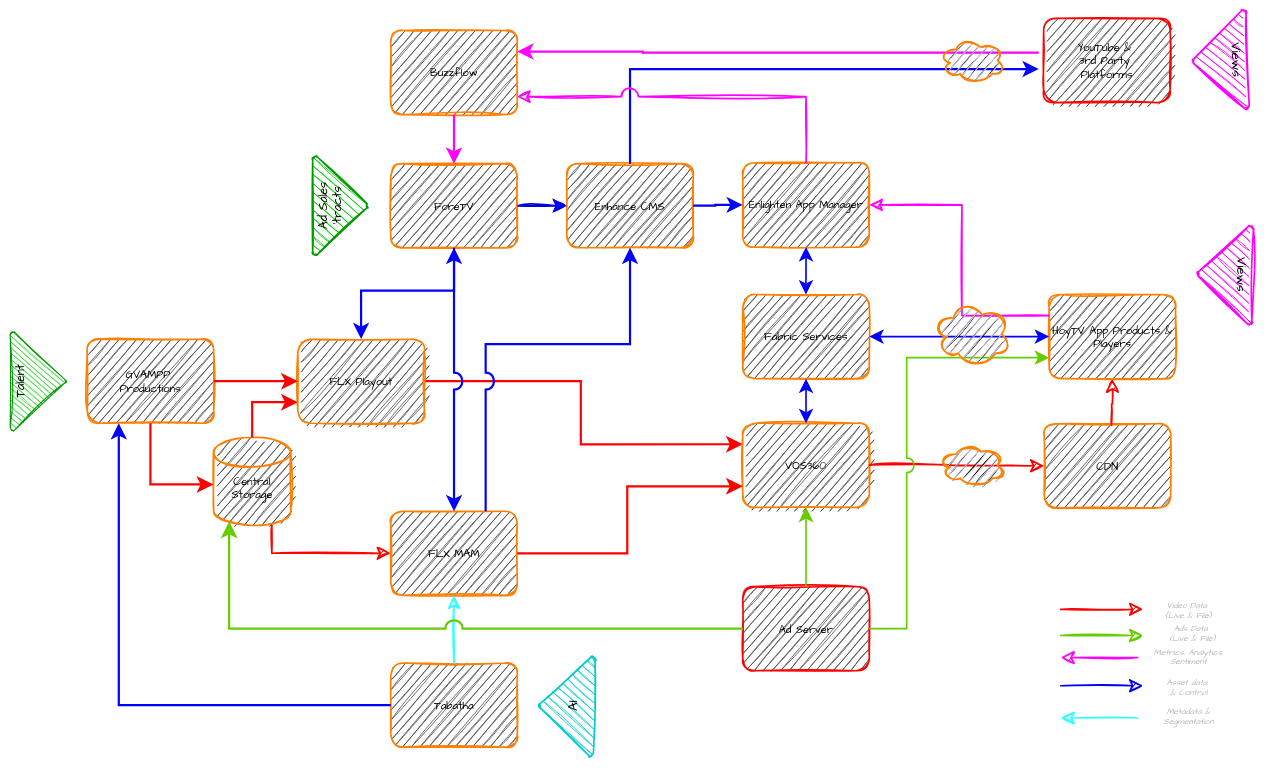
Above: imw135 - HoyTV Data Flow.drawio in zarniewoop/drawings (draw.io), before the change. Source tidied: cells renumbered, new cells numbered last; positions are measured from the earlier drawing's top-left corner, leaving out a move shared by most shapes. Both pictures are drawn from the tidied source at 55%, with x=0, y=0 at pixel (-12, 18).
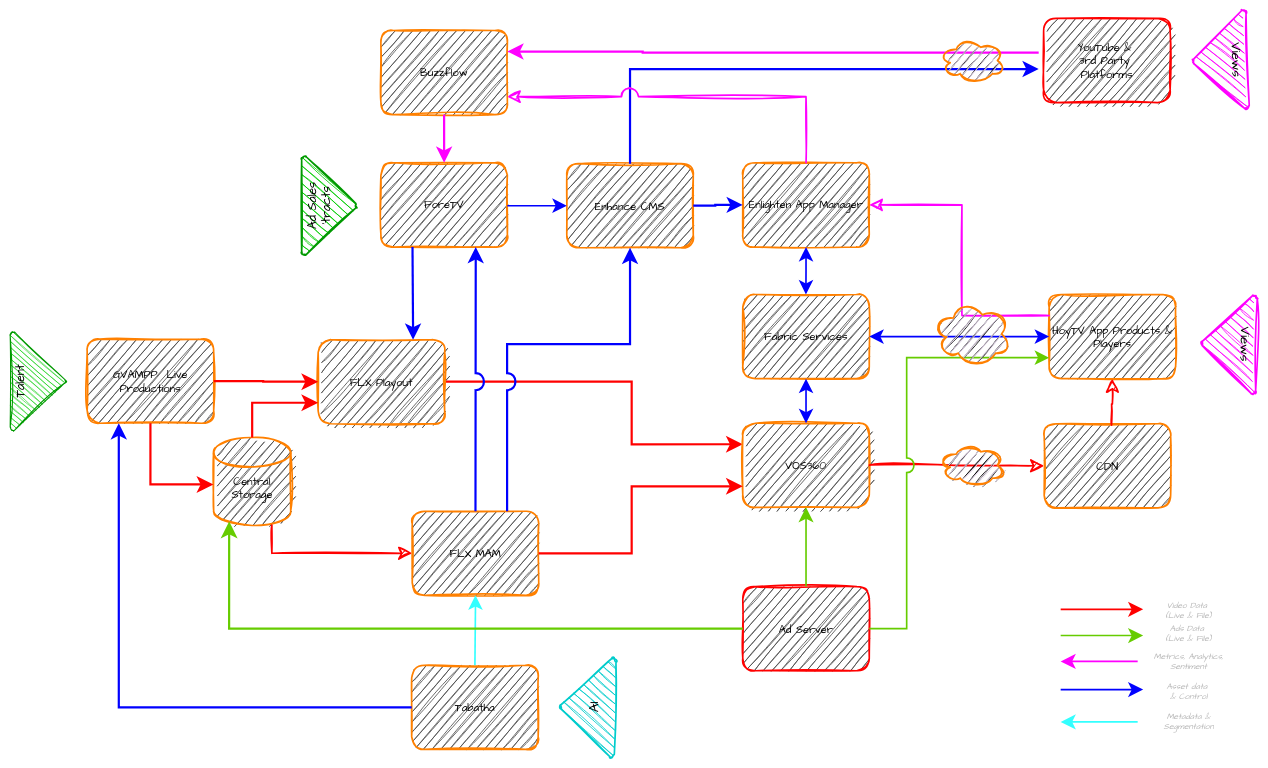
The same diagram, later.

Unchanged cells that the change refers to:
```xml
<mxCell id="4" value="Enhance CMS" style="rounded=1;whiteSpace=wrap;html=1;fontSize=20;fillColor=light-dark(#4D4D4D,#4D4D4D);strokeColor=light-dark(#FF8000,#FF8000);strokeWidth=3;sketch=1;curveFitting=1;jiggle=2;fontFamily=Comic Sans MS;" parent="1" vertex="1">
  <mxGeometry x="1052" y="264" width="230" height="153" as="geometry" />
</mxCell>
<mxCell id="13" value="VOS360" style="rounded=1;whiteSpace=wrap;html=1;fontSize=20;fillColor=light-dark(#4D4D4D,#4D4D4D);strokeColor=light-dark(#FF8000,#FF8000);strokeWidth=3;sketch=1;curveFitting=1;jiggle=2;fontFamily=Comic Sans MS;" parent="1" vertex="1">
  <mxGeometry x="1372" y="736" width="230" height="153" as="geometry" />
</mxCell>
<mxCell id="15" value="Ad Server" style="rounded=1;whiteSpace=wrap;html=1;fontSize=20;fillColor=light-dark(#4D4D4D,#4D4D4D);strokeColor=light-dark(#FF0000,#FF0000);strokeWidth=3;sketch=1;curveFitting=1;jiggle=2;fontFamily=Comic Sans MS;" parent="1" vertex="1">
  <mxGeometry x="1372" y="1033" width="230" height="153" as="geometry" />
</mxCell>
<mxCell id="22" value="&lt;div&gt;&lt;br&gt;&lt;/div&gt;Central Storage" style="strokeWidth=3;html=1;shape=mxgraph.flowchart.database;whiteSpace=wrap;sketch=1;curveFitting=1;jiggle=2;strokeColor=light-dark(#FF8000,#FF8000);fillColor=light-dark(#4D4D4D,#4D4D4D);fontSize=20;fontFamily=Comic Sans MS;" parent="1" vertex="1">
  <mxGeometry x="410" y="762" width="140" height="160" as="geometry" />
</mxCell>
```

Diff of the diagram source:
```diff
@@
-    <mxCell id="2" style="edgeStyle=orthogonalEdgeStyle;rounded=0;jettySize=auto;html=1;sketch=1;curveFitting=1;jiggle=2;fontFamily=Comic Sans MS;fillColor=light-dark(#0000CC,#0000CC);strokeColor=light-dark(#0000CC,#0000CC);endSize=17;fontSize=20;flowAnimation=1;strokeWidth=3;" parent="1" edge="1" source="3" target="4">
-      <mxGeometry relative="1" as="geometry" />
-    </mxCell>
     <mxCell id="3" value="ForeTV" style="rounded=1;whiteSpace=wrap;html=1;fontSize=20;fillColor=light-dark(#4D4D4D,#4D4D4D);strokeColor=light-dark(#FF8000,#FF8000);strokeWidth=3;sketch=1;curveFitting=1;jiggle=2;fontFamily=Comic Sans MS;" parent="1" vertex="1">
-      <mxGeometry x="732" y="264" width="230" height="153" as="geometry" />
+      <mxGeometry x="714" y="262.5" width="230" height="153" as="geometry" />
     </mxCell>
@@
     <mxCell id="10" value="FLX MAM" style="rounded=1;whiteSpace=wrap;html=1;fontSize=20;fillColor=light-dark(#4D4D4D,#4D4D4D);strokeColor=light-dark(#FF8000,#FF8000);strokeWidth=3;sketch=1;curveFitting=1;jiggle=2;fontFamily=Comic Sans MS;" parent="1" vertex="1">
-      <mxGeometry x="732" y="896" width="230" height="153" as="geometry" />
+      <mxGeometry x="771" y="896" width="230" height="153" as="geometry" />
     </mxCell>
     <mxCell id="11" style="edgeStyle=orthogonalEdgeStyle;rounded=0;jettySize=auto;html=1;startArrow=none;startFill=0;startSize=18;endSize=18;strokeColor=light-dark(#FF0000,#FF0000);entryX=0;entryY=0.25;entryDx=0;entryDy=0;exitX=1;exitY=0.5;exitDx=0;exitDy=0;fontSize=20;jumpStyle=sharp;jumpSize=9;flowAnimation=1;strokeWidth=4;" parent="1" edge="1" source="12" target="13">
-      <mxGeometry relative="1" as="geometry" />
+      <mxGeometry relative="1" as="geometry">
+        <Array as="points">
+          <mxPoint x="1170" y="660.5" />
+          <mxPoint x="1170" y="774.3" />
+        </Array>
+      </mxGeometry>
     </mxCell>
     <mxCell id="12" value="FLX Playout" style="rounded=1;whiteSpace=wrap;html=1;fontSize=20;fillColor=light-dark(#4D4D4D,#4D4D4D);strokeColor=light-dark(#FF8000,#FF8000);strokeWidth=3;sketch=1;curveFitting=1;jiggle=2;fontFamily=Comic Sans MS;" parent="1" vertex="1">
-      <mxGeometry x="563" y="583" width="230" height="153" as="geometry" />
+      <mxGeometry x="600" y="584" width="230" height="153" as="geometry" />
     </mxCell>
@@
     <mxCell id="20" style="edgeStyle=orthogonalEdgeStyle;rounded=0;jettySize=auto;html=1;startArrow=none;startFill=0;startSize=18;endSize=18;strokeColor=light-dark(#FF0000,#FF0000);exitX=1;exitY=0.5;exitDx=0;exitDy=0;entryX=0;entryY=0.75;entryDx=0;entryDy=0;fontSize=20;flowAnimation=1;strokeWidth=4;" parent="1" edge="1" source="10" target="13">
-      <mxGeometry relative="1" as="geometry" />
+      <mxGeometry relative="1" as="geometry">
+        <Array as="points">
+          <mxPoint x="1170" y="972.5" />
+          <mxPoint x="1170" y="850.8" />
+        </Array>
+      </mxGeometry>
     </mxCell>
-    <mxCell id="21" style="edgeStyle=orthogonalEdgeStyle;rounded=0;jettySize=auto;html=1;fontFamily=Comic Sans MS;fillColor=light-dark(#0000CC,#0000CC);strokeColor=light-dark(#0000FF,#0000FF);endSize=17;exitX=0.5;exitY=1;exitDx=0;exitDy=0;fontSize=20;jumpStyle=sharp;jumpSize=9;flowAnimation=0;strokeWidth=4;" parent="1" edge="1" source="3" target="12">
+    <mxCell id="21" style="edgeStyle=orthogonalEdgeStyle;rounded=0;jettySize=auto;html=1;fontFamily=Comic Sans MS;fillColor=light-dark(#0000CC,#0000CC);strokeColor=light-dark(#0000FF,#0000FF);endSize=17;exitX=0.25;exitY=1;exitDx=0;exitDy=0;fontSize=20;jumpStyle=sharp;jumpSize=9;flowAnimation=0;strokeWidth=4;entryX=0.75;entryY=0;entryDx=0;entryDy=0;" parent="1" edge="1" source="3" target="12">
       <mxGeometry relative="1" as="geometry" />
     </mxCell>
@@
     <mxCell id="24" value="Tabatha" style="rounded=1;whiteSpace=wrap;html=1;fontSize=20;fillColor=light-dark(#4D4D4D,#4D4D4D);strokeColor=light-dark(#FF8000,#FF8000);strokeWidth=3;sketch=1;curveFitting=1;jiggle=2;fontFamily=Comic Sans MS;" parent="1" vertex="1">
-      <mxGeometry x="732" y="1172" width="230" height="153" as="geometry" />
+      <mxGeometry x="770" y="1176" width="230" height="153" as="geometry" />
     </mxCell>
-    <mxCell id="25" style="edgeStyle=orthogonalEdgeStyle;rounded=0;jettySize=auto;html=1;sketch=1;curveFitting=1;jiggle=2;exitX=0.5;exitY=0;exitDx=0;exitDy=0;startArrow=none;startFill=0;startSize=17;endSize=17;fillColor=light-dark(#0000CC,#0000CC);strokeColor=light-dark(#33FFFF,#33FFFF);fontSize=20;jumpStyle=arc;jumpSize=14;flowAnimation=0;strokeWidth=3;" parent="1" edge="1" source="24" target="10">
+    <mxCell id="25" style="edgeStyle=orthogonalEdgeStyle;rounded=0;jettySize=auto;html=1;exitX=0.5;exitY=0;exitDx=0;exitDy=0;startArrow=none;startFill=0;startSize=17;endSize=17;fillColor=light-dark(#0000CC,#0000CC);strokeColor=light-dark(#33FFFF,#33FFFF);fontSize=20;jumpStyle=arc;jumpSize=12;flowAnimation=0;strokeWidth=3;entryX=0.5;entryY=1;entryDx=0;entryDy=0;" parent="1" edge="1" source="24" target="10">
       <mxGeometry relative="1" as="geometry" />
     </mxCell>
@@
     <mxCell id="27" value="Ad Sales&lt;div&gt;'tracts&lt;/div&gt;" style="strokeWidth=3;html=1;shape=mxgraph.flowchart.merge_or_storage;whiteSpace=wrap;sketch=1;curveFitting=1;jiggle=2;fillColor=light-dark(#00CC00,#00CC00);strokeColor=#009900;fontSize=22;fontFamily=Comic Sans MS;verticalAlign=top;rotation=-90;" parent="1" vertex="1">
-      <mxGeometry x="550" y="290.5" width="180" height="100" as="geometry" />
+      <mxGeometry x="530" y="290.5" width="180" height="100" as="geometry" />
     </mxCell>
-    <mxCell id="28" value="GVAMPP&amp;nbsp;&lt;div&gt;Productions&lt;/div&gt;" style="rounded=1;whiteSpace=wrap;html=1;fontSize=20;fillColor=light-dark(#4D4D4D,#4D4D4D);strokeColor=light-dark(#FF8000,#FF8000);strokeWidth=3;sketch=1;curveFitting=1;jiggle=2;fontFamily=Comic Sans MS;" parent="1" vertex="1">
+    <mxCell id="28" value="GVAMPP &amp;nbsp;Live&lt;div&gt;Productions&lt;/div&gt;" style="rounded=1;whiteSpace=wrap;html=1;fontSize=20;fillColor=light-dark(#4D4D4D,#4D4D4D);strokeColor=light-dark(#FF8000,#FF8000);strokeWidth=3;sketch=1;curveFitting=1;jiggle=2;fontFamily=Comic Sans MS;" parent="1" vertex="1">
       <mxGeometry x="180" y="583" width="230" height="153" as="geometry" />
     </mxCell>
@@
     <mxCell id="34" value="Views" style="strokeWidth=3;html=1;shape=mxgraph.flowchart.merge_or_storage;whiteSpace=wrap;sketch=1;curveFitting=1;jiggle=2;fillColor=light-dark(#FF00FF,#FF00FF);strokeColor=light-dark(#FF00FF,#FF00FF);fontSize=24;fontFamily=Comic Sans MS;verticalAlign=top;rotation=91;" parent="1" vertex="1">
-      <mxGeometry x="2159" y="415.5" width="180" height="100" as="geometry" />
+      <mxGeometry x="2166" y="542" width="180" height="100" as="geometry" />
     </mxCell>
     <mxCell id="35" value="Buzzflow" style="rounded=1;whiteSpace=wrap;html=1;fontSize=20;fillColor=light-dark(#4D4D4D,#4D4D4D);strokeColor=light-dark(#FF8000,#FF8000);strokeWidth=3;sketch=1;curveFitting=1;jiggle=2;fontFamily=Comic Sans MS;" parent="1" vertex="1">
-      <mxGeometry x="732" y="22" width="230" height="153" as="geometry" />
+      <mxGeometry x="714" y="22" width="230" height="153" as="geometry" />
     </mxCell>
@@
     <mxCell id="38" style="group;sketch=1;curveFitting=1;jiggle=2;strokeWidth=3;" parent="1" vertex="1">
-      <mxGeometry x="962" y="1200.5" width="180" height="100" as="geometry" />
+      <mxGeometry x="1000" y="1202.5" width="180" height="100" as="geometry" />
     </mxCell>
@@
-    <mxCell id="54" style="edgeStyle=orthogonalEdgeStyle;rounded=0;jettySize=auto;html=1;fontFamily=Comic Sans MS;fillColor=light-dark(#0000CC,#0000CC);strokeColor=light-dark(#0000FF,#0000FF);endSize=17;exitX=0.5;exitY=1;exitDx=0;exitDy=0;fontSize=20;jumpStyle=arc;jumpSize=25;flowAnimation=0;startArrow=classic;startFill=1;startSize=17;strokeWidth=4;" parent="1" edge="1" source="3" target="10">
-      <mxGeometry relative="1" as="geometry" />
-    </mxCell>
-    <mxCell id="55" style="edgeStyle=orthogonalEdgeStyle;rounded=0;jettySize=auto;html=1;fontFamily=Comic Sans MS;fillColor=light-dark(#0000CC,#0000CC);strokeColor=light-dark(#0000FF,#0000FF);endSize=17;fontSize=20;entryX=0.5;entryY=1;entryDx=0;entryDy=0;exitX=0.75;exitY=0;exitDx=0;exitDy=0;jumpStyle=arc;jumpSize=25;flowAnimation=0;strokeWidth=4;" parent="1" edge="1" source="10" target="4">
+    <mxCell id="55" style="edgeStyle=orthogonalEdgeStyle;rounded=0;jettySize=auto;html=1;fontFamily=Comic Sans MS;fillColor=light-dark(#0000CC,#0000CC);strokeColor=light-dark(#0000FF,#0000FF);endSize=17;fontSize=20;exitX=0.75;exitY=0;exitDx=0;exitDy=0;jumpStyle=arc;jumpSize=25;flowAnimation=0;strokeWidth=4;entryX=0.5;entryY=1;entryDx=0;entryDy=0;" parent="1" edge="1" source="10" target="4">
       <mxGeometry relative="1" as="geometry">
         <Array as="points">
-          <mxPoint x="904.5" y="592" />
+          <mxPoint x="943.5" y="592" />
           <mxPoint x="1167" y="592" />
         </Array>
       </mxGeometry>
     </mxCell>
@@
-    <mxCell id="57" style="edgeStyle=orthogonalEdgeStyle;rounded=0;jettySize=auto;html=1;startArrow=none;startFill=0;startSize=18;endSize=18;strokeColor=light-dark(#66CC00,#66CC00);entryX=0.201;entryY=0.953;entryDx=0;entryDy=0;fontSize=20;exitX=0;exitY=0.5;exitDx=0;exitDy=0;entryPerimeter=0;jumpStyle=arc;jumpSize=25;flowAnimation=0;strokeWidth=4;" parent="1" edge="1" source="15" target="22">
+    <mxCell id="57" style="edgeStyle=orthogonalEdgeStyle;rounded=0;jettySize=auto;html=1;startArrow=none;startFill=0;startSize=18;endSize=18;strokeColor=light-dark(#66CC00,#66CC00);entryX=0.201;entryY=0.953;entryDx=0;entryDy=0;fontSize=20;exitX=0;exitY=0.5;exitDx=0;exitDy=0;entryPerimeter=0;jumpStyle=none;jumpSize=25;flowAnimation=0;strokeWidth=4;" parent="1" edge="1" source="15" target="22">
       <mxGeometry relative="1" as="geometry" />
     </mxCell>
@@
-    <mxCell id="60" style="rounded=0;orthogonalLoop=1;jettySize=auto;html=1;sketch=1;curveFitting=1;jiggle=2;startArrow=none;startFill=0;startSize=18;endSize=18;strokeColor=light-dark(#FF0000,#FF0000);exitX=0.5;exitY=0;exitDx=0;exitDy=0;exitPerimeter=0;fontSize=15;edgeStyle=orthogonalEdgeStyle;flowAnimation=1;strokeWidth=3;" parent="1" edge="1">
+    <mxCell id="60" style="rounded=0;orthogonalLoop=1;jettySize=auto;html=1;startArrow=none;startFill=0;startSize=18;endSize=18;strokeColor=light-dark(#FF0000,#FF0000);exitX=0.5;exitY=0;exitDx=0;exitDy=0;exitPerimeter=0;fontSize=15;edgeStyle=orthogonalEdgeStyle;flowAnimation=1;strokeWidth=3;" parent="1" edge="1">
       <mxGeometry relative="1" as="geometry">
         <mxPoint x="1950" y="1074.4" as="sourcePoint" />
         <mxPoint x="2100" y="1074.4" as="targetPoint" />
       </mxGeometry>
     </mxCell>
-    <mxCell id="61" style="rounded=0;orthogonalLoop=1;jettySize=auto;html=1;sketch=1;curveFitting=1;jiggle=2;startArrow=none;startFill=0;startSize=18;endSize=18;strokeColor=light-dark(#FF00FF,#FF00FF);fontSize=15;edgeStyle=orthogonalEdgeStyle;flowAnimation=1;strokeWidth=3;" parent="1" edge="1">
+    <mxCell id="61" style="rounded=0;orthogonalLoop=1;jettySize=auto;html=1;startArrow=none;startFill=0;startSize=18;endSize=18;strokeColor=light-dark(#FF00FF,#FF00FF);fontSize=15;edgeStyle=orthogonalEdgeStyle;flowAnimation=1;strokeWidth=3;" parent="1" edge="1">
       <mxGeometry relative="1" as="geometry">
-        <mxPoint x="2090" y="1162" as="sourcePoint" />
-        <mxPoint x="1950" y="1162" as="targetPoint" />
+        <mxPoint x="2090" y="1169" as="sourcePoint" />
+        <mxPoint x="1950" y="1169" as="targetPoint" />
       </mxGeometry>
     </mxCell>
-    <mxCell id="62" style="rounded=0;orthogonalLoop=1;jettySize=auto;html=1;sketch=1;curveFitting=1;jiggle=2;startArrow=none;startFill=0;startSize=18;endSize=18;strokeColor=light-dark(#0000FF,#0000FF);exitX=0.5;exitY=0;exitDx=0;exitDy=0;exitPerimeter=0;fontSize=15;edgeStyle=orthogonalEdgeStyle;flowAnimation=0;strokeWidth=3;" parent="1" edge="1">
+    <mxCell id="62" style="rounded=0;orthogonalLoop=1;jettySize=auto;html=1;startArrow=none;startFill=0;startSize=18;endSize=18;strokeColor=light-dark(#0000FF,#0000FF);exitX=0.5;exitY=0;exitDx=0;exitDy=0;exitPerimeter=0;fontSize=15;edgeStyle=orthogonalEdgeStyle;flowAnimation=0;strokeWidth=3;" parent="1" edge="1">
       <mxGeometry relative="1" as="geometry">
-        <mxPoint x="1950" y="1213.3" as="sourcePoint" />
-        <mxPoint x="2100" y="1213.3" as="targetPoint" />
+        <mxPoint x="1950" y="1220.3" as="sourcePoint" />
+        <mxPoint x="2100" y="1220.3" as="targetPoint" />
       </mxGeometry>
     </mxCell>
@@
     <mxCell id="65" value="Metrics, Analytics, Sentiment" style="text;html=1;whiteSpace=wrap;strokeColor=none;fillColor=none;align=center;verticalAlign=middle;rounded=0;fontFamily=Comic Sans MS;fontStyle=2;fontColor=light-dark(#B3B3B3,#B3B3B3);fontSize=15;sketch=1;curveFitting=1;jiggle=2;strokeWidth=3;" parent="1" vertex="1">
-      <mxGeometry x="2102.7" y="1146" width="160" height="30" as="geometry" />
+      <mxGeometry x="2102.7" y="1154" width="160" height="30" as="geometry" />
     </mxCell>
     <mxCell id="66" value="Asset data&amp;nbsp;&lt;div&gt;&amp;amp; Control&lt;/div&gt;" style="text;html=1;whiteSpace=wrap;strokeColor=none;fillColor=none;align=center;verticalAlign=middle;rounded=0;fontFamily=Comic Sans MS;fontStyle=2;fontColor=light-dark(#B3B3B3,#B3B3B3);fontSize=15;sketch=1;curveFitting=1;jiggle=2;strokeWidth=3;" parent="1" vertex="1">
-      <mxGeometry x="2102.7" y="1200.5" width="160" height="30" as="geometry" />
+      <mxGeometry x="2102.7" y="1208.5" width="160" height="30" as="geometry" />
     </mxCell>
-    <mxCell id="67" style="rounded=0;orthogonalLoop=1;jettySize=auto;html=1;sketch=1;curveFitting=1;jiggle=2;startArrow=none;startFill=0;startSize=18;endSize=18;strokeColor=light-dark(#33FFFF,#33FFFF);fontSize=15;edgeStyle=orthogonalEdgeStyle;flowAnimation=0;fontColor=light-dark(#33FFFF,#FF0000);strokeWidth=3;" parent="1" edge="1">
+    <mxCell id="67" style="rounded=0;orthogonalLoop=1;jettySize=auto;html=1;startArrow=none;startFill=0;startSize=18;endSize=18;strokeColor=light-dark(#33FFFF,#33FFFF);fontSize=15;edgeStyle=orthogonalEdgeStyle;flowAnimation=0;fontColor=light-dark(#33FFFF,#FF0000);strokeWidth=3;" parent="1" edge="1">
       <mxGeometry relative="1" as="geometry">
-        <mxPoint x="2090" y="1272" as="sourcePoint" />
-        <mxPoint x="1950" y="1272" as="targetPoint" />
+        <mxPoint x="2090" y="1279" as="sourcePoint" />
+        <mxPoint x="1950" y="1279" as="targetPoint" />
       </mxGeometry>
     </mxCell>
     <mxCell id="68" value="Metadata &amp;amp; Segmentation" style="text;html=1;whiteSpace=wrap;strokeColor=none;fillColor=none;align=center;verticalAlign=middle;rounded=0;fontFamily=Comic Sans MS;fontStyle=2;fontColor=light-dark(#B3B3B3,#B3B3B3);fontSize=15;sketch=1;curveFitting=1;jiggle=2;strokeWidth=3;" parent="1" vertex="1">
-      <mxGeometry x="2102.7" y="1255" width="160" height="30" as="geometry" />
+      <mxGeometry x="2102.7" y="1263" width="160" height="30" as="geometry" />
     </mxCell>
-    <mxCell id="69" style="rounded=0;orthogonalLoop=1;jettySize=auto;html=1;sketch=1;curveFitting=1;jiggle=2;startArrow=none;startFill=0;startSize=18;endSize=18;strokeColor=light-dark(#66CC00,#66CC00);exitX=0.5;exitY=0;exitDx=0;exitDy=0;exitPerimeter=0;fontSize=15;edgeStyle=orthogonalEdgeStyle;flowAnimation=0;fontColor=light-dark(#00FF00,#00FF00);strokeWidth=3;" parent="1" edge="1">
+    <mxCell id="69" style="rounded=0;orthogonalLoop=1;jettySize=auto;html=1;startArrow=none;startFill=0;startSize=18;endSize=18;strokeColor=light-dark(#66CC00,#66CC00);exitX=0.5;exitY=0;exitDx=0;exitDy=0;exitPerimeter=0;fontSize=15;edgeStyle=orthogonalEdgeStyle;flowAnimation=0;fontColor=light-dark(#00FF00,#00FF00);strokeWidth=3;" parent="1" edge="1">
       <mxGeometry relative="1" as="geometry">
         <mxPoint x="1950" y="1122" as="sourcePoint" />
         <mxPoint x="2100" y="1122" as="targetPoint" />
       </mxGeometry>
     </mxCell>
     <mxCell id="70" value="Ads Data&amp;nbsp;&lt;div&gt;(Live &amp;amp; File)&lt;/div&gt;" style="text;html=1;whiteSpace=wrap;strokeColor=none;fillColor=none;align=center;verticalAlign=middle;rounded=0;fontFamily=Comic Sans MS;fontStyle=2;fontColor=light-dark(#B3B3B3,#B3B3B3);fontSize=15;sketch=1;curveFitting=1;jiggle=2;strokeWidth=3;" parent="1" vertex="1">
-      <mxGeometry x="2117.3" y="1104" width="145.5" height="30" as="geometry" />
+      <mxGeometry x="2110" y="1104" width="145.5" height="30" as="geometry" />
     </mxCell>
+    <mxCell id="71" style="rounded=0;jettySize=auto;html=1;fontFamily=Comic Sans MS;fillColor=light-dark(#0000CC,#0000CC);strokeColor=light-dark(#0000FF,#0000FF);endSize=17;fontSize=20;entryX=0.75;entryY=1;entryDx=0;entryDy=0;exitX=0.5;exitY=0;exitDx=0;exitDy=0;jumpStyle=arc;jumpSize=25;flowAnimation=0;strokeWidth=4;" parent="1" edge="1" source="10" target="3">
+      <mxGeometry relative="1" as="geometry" />
+    </mxCell>
```
